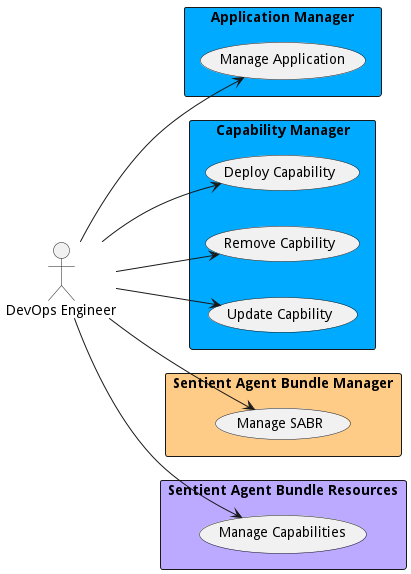
madajaju/sabr keeps this PlantUML diagram as docs/actors/devops/UseCase.png. Above is the earlier version.
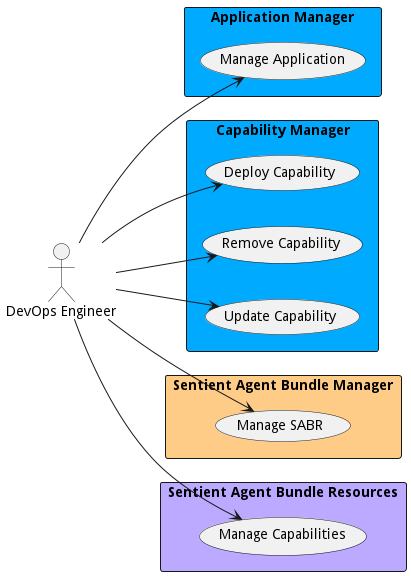
After the commit.

Change to the diagram source:
```diff
@@ -15,10 +15,10 @@
 rectangle "Capability Manager" as cm #00aaff {
         usecase "Deploy Capability" as DeployCapability
     DevOpsEngineer --> DeployCapability
-    usecase "Remove Capbility" as RemoveCapbility
-    DevOpsEngineer --> RemoveCapbility
-    usecase "Update Capbility" as UpdateCapbility
-    DevOpsEngineer --> UpdateCapbility
+    usecase "Remove Capability" as RemoveCapability
+    DevOpsEngineer --> RemoveCapability
+    usecase "Update Capability" as UpdateCapability
+    DevOpsEngineer --> UpdateCapability
 
 }
 
```
